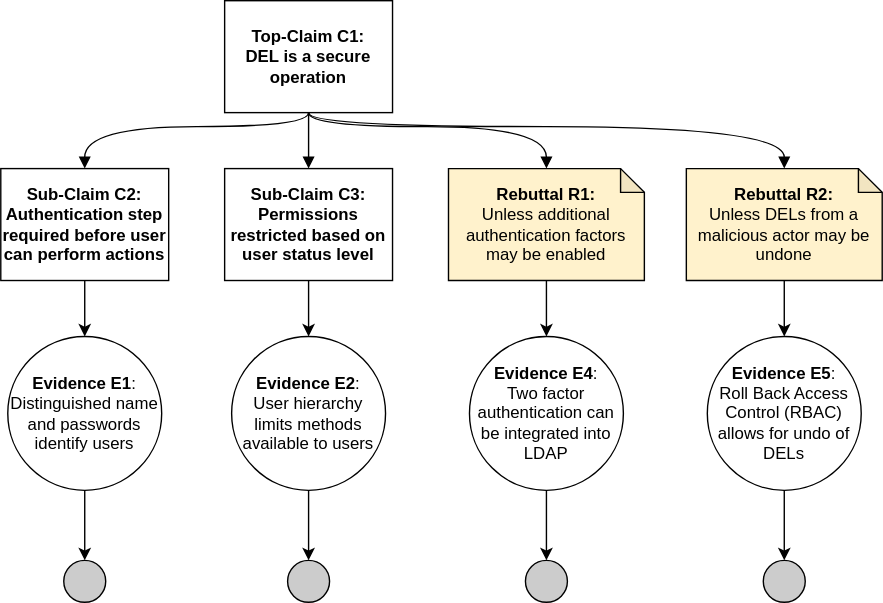
The draw.io diagram images/DEL assurance case.drawio.svg in bartelsjoshuac/SAPG, before a commit. Source tidied: cells renumbered, new cells last; positions are measured from the earlier drawing's top-left corner, leaving out a move shared by most shapes.
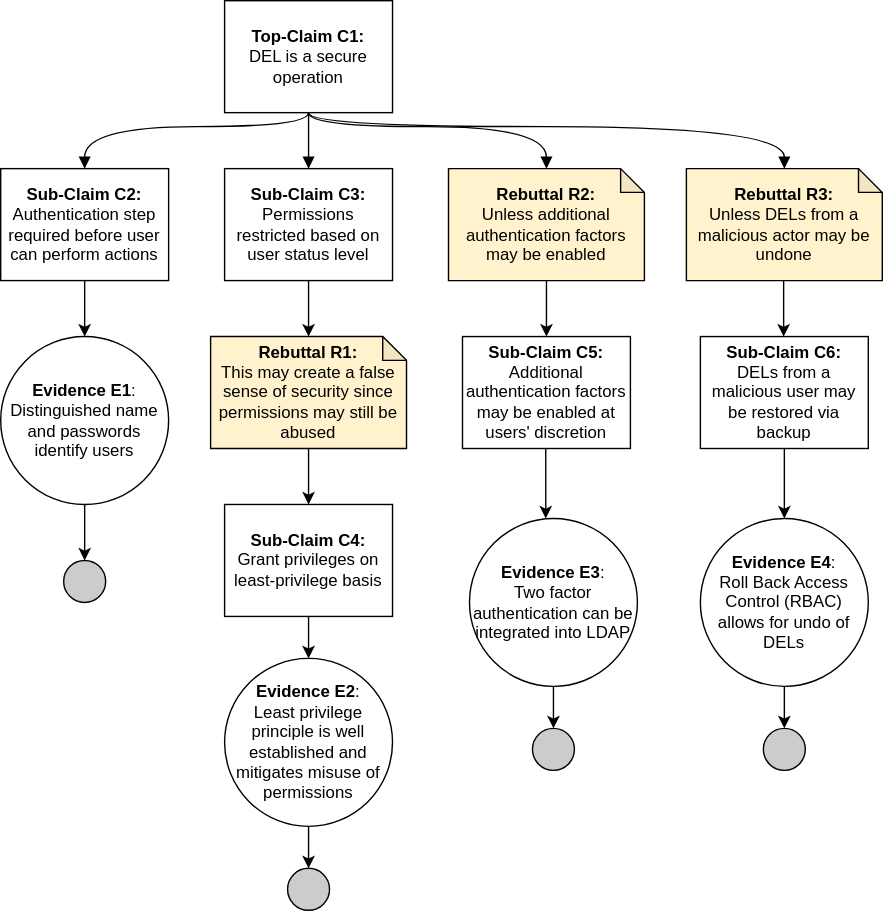
The same diagram one commit later.

Change to the diagram source:
```diff
@@ -10,20 +10,20 @@
         </Array>
       </mxGeometry>
     </mxCell>
-    <mxCell id="3" value="&lt;b&gt;Top-Claim C1:&lt;br&gt;DEL is a secure operation&lt;br&gt;&lt;/b&gt;" style="rounded=0;whiteSpace=wrap;html=1;" parent="1" vertex="1">
+    <mxCell id="3" value="&lt;b&gt;Top-Claim C1:&lt;br&gt;&lt;/b&gt;DEL is a secure operation&lt;b&gt;&lt;br&gt;&lt;/b&gt;" style="rounded=0;whiteSpace=wrap;html=1;" parent="1" vertex="1">
       <mxGeometry x="160" width="120" height="80" as="geometry" />
     </mxCell>
-    <mxCell id="4" value="&lt;b&gt;Rebuttal R1:&lt;/b&gt;&lt;br&gt;Unless additional authentication factors may be enabled" style="shape=note;whiteSpace=wrap;html=1;backgroundOutline=1;darkOpacity=0.05;size=17;fillColor=#FFF2CC;" parent="1" vertex="1">
+    <mxCell id="4" value="&lt;b&gt;Rebuttal R2:&lt;/b&gt;&lt;br&gt;Unless additional authentication factors may be enabled" style="shape=note;whiteSpace=wrap;html=1;backgroundOutline=1;darkOpacity=0.05;size=17;fillColor=#FFF2CC;" parent="1" vertex="1">
       <mxGeometry x="320" y="120" width="140" height="80" as="geometry" />
     </mxCell>
-    <mxCell id="5" value="&lt;b&gt;Sub-Claim C2:&lt;br&gt;Authentication step required before user can perform actions&lt;br&gt;&lt;/b&gt;" style="rounded=0;whiteSpace=wrap;html=1;" parent="1" vertex="1">
+    <mxCell id="5" value="&lt;b&gt;Sub-Claim C2:&lt;br&gt;&lt;/b&gt;Authentication step required before user can perform actions&lt;b&gt;&lt;br&gt;&lt;/b&gt;" style="rounded=0;whiteSpace=wrap;html=1;" parent="1" vertex="1">
       <mxGeometry y="120" width="120" height="80" as="geometry" />
     </mxCell>
     <mxCell id="6" style="edgeStyle=orthogonalEdgeStyle;rounded=0;jettySize=auto;html=1;endArrow=block;endFill=1;curved=1;entryX=0.5;entryY=0;entryDx=0;entryDy=0;exitX=0.5;exitY=1;exitDx=0;exitDy=0;" parent="1" edge="1" source="3" target="12">
       <mxGeometry relative="1" as="geometry" />
     </mxCell>
     <mxCell id="7" value="&lt;b&gt;Evidence E1&lt;/b&gt;:&lt;br&gt;Distinguished name and passwords identify users" style="ellipse;whiteSpace=wrap;html=1;fillColor=#ffffff;rounded=0;" parent="1" vertex="1">
-      <mxGeometry x="5" y="240" width="110" height="110" as="geometry" />
+      <mxGeometry y="240" width="120" height="120" as="geometry" />
     </mxCell>
     <mxCell id="8" style="ellipse;whiteSpace=wrap;html=1;fillColor=#CCCCCC;" parent="1" vertex="1">
       <mxGeometry x="45" y="400" width="30" height="30" as="geometry" />
@@ -34,55 +34,51 @@
     <mxCell id="10" style="endArrow=classic;html=1;rounded=0;entryX=0.5;entryY=0;entryDx=0;entryDy=0;exitX=0.5;exitY=1;exitDx=0;exitDy=0;" parent="1" edge="1" source="5" target="7">
       <mxGeometry relative="1" as="geometry" />
     </mxCell>
-    <mxCell id="11" value="&lt;b&gt;Evidence E5&lt;/b&gt;:&lt;br&gt;Roll Back Access Control (RBAC) allows for undo of DELs" style="ellipse;whiteSpace=wrap;html=1;fillColor=#ffffff;rounded=0;" parent="1" vertex="1">
-      <mxGeometry x="505" y="240" width="110" height="110" as="geometry" />
+    <mxCell id="11" value="&lt;b&gt;Evidence E4&lt;/b&gt;:&lt;br&gt;Roll Back Access Control (RBAC) allows for undo of DELs" style="ellipse;whiteSpace=wrap;html=1;fillColor=#ffffff;rounded=0;" parent="1" vertex="1">
+      <mxGeometry x="500" y="370" width="120" height="120" as="geometry" />
     </mxCell>
-    <mxCell id="12" value="&lt;b&gt;Sub-Claim C3:&lt;br&gt;Permissions restricted based on user status level&lt;br&gt;&lt;/b&gt;" style="rounded=0;whiteSpace=wrap;html=1;" parent="1" vertex="1">
+    <mxCell id="12" value="&lt;b&gt;Sub-Claim C3:&lt;br&gt;&lt;/b&gt;Permissions restricted based on user status level&lt;b&gt;&lt;br&gt;&lt;/b&gt;" style="rounded=0;whiteSpace=wrap;html=1;" parent="1" vertex="1">
       <mxGeometry x="160" y="120" width="120" height="80" as="geometry" />
     </mxCell>
+    <mxCell id="27" style="edgeStyle=orthogonalEdgeStyle;rounded=0;jettySize=auto;html=1;" parent="1" edge="1" source="13" target="19">
+      <mxGeometry relative="1" as="geometry" />
+    </mxCell>
-    <mxCell id="13" value="&lt;b&gt;Evidence E2&lt;/b&gt;:&lt;br&gt;User hierarchy limits methods available to users" style="ellipse;whiteSpace=wrap;html=1;fillColor=#ffffff;rounded=0;" parent="1" vertex="1">
-      <mxGeometry x="165" y="240" width="110" height="110" as="geometry" />
+    <mxCell id="13" value="&lt;b&gt;Evidence E2&lt;/b&gt;:&lt;br&gt;Least privilege principle is well established and mitigates misuse of permissions" style="ellipse;whiteSpace=wrap;html=1;fillColor=#ffffff;rounded=0;" parent="1" vertex="1">
+      <mxGeometry x="160" y="470" width="120" height="120" as="geometry" />
     </mxCell>
-    <mxCell id="14" style="endArrow=classic;html=1;rounded=0;exitX=0.5;exitY=1;exitDx=0;exitDy=0;entryX=0.5;entryY=0;entryDx=0;entryDy=0;" parent="1" edge="1" source="12" target="13">
-      <mxGeometry relative="1" as="geometry" />
-    </mxCell>
     <mxCell id="15" style="endArrow=classic;html=1;rounded=0;exitX=0.5;exitY=1;exitDx=0;exitDy=0;exitPerimeter=0;entryX=0.5;entryY=0;entryDx=0;entryDy=0;" parent="1" edge="1" source="4">
       <mxGeometry relative="1" as="geometry">
         <mxPoint x="390" y="240" as="targetPoint" />
       </mxGeometry>
     </mxCell>
+    <mxCell id="28" style="edgeStyle=orthogonalEdgeStyle;rounded=0;jettySize=auto;html=1;entryX=0.5;entryY=0;entryDx=0;entryDy=0;exitX=0.5;exitY=1;exitDx=0;exitDy=0;exitPerimeter=0;" parent="1" edge="1" source="33" target="35">
+      <mxGeometry relative="1" as="geometry" />
+    </mxCell>
-    <mxCell id="16" value="&lt;b&gt;Evidence E4&lt;/b&gt;:&lt;br&gt;Two factor authentication can be integrated into LDAP" style="ellipse;whiteSpace=wrap;html=1;fillColor=#ffffff;rounded=0;" parent="1" vertex="1">
-      <mxGeometry x="335" y="240" width="110" height="110" as="geometry" />
+    <mxCell id="16" value="&lt;b&gt;Evidence E3&lt;/b&gt;:&lt;br&gt;Two factor authentication can be integrated into LDAP" style="ellipse;whiteSpace=wrap;html=1;fillColor=#ffffff;rounded=0;" parent="1" vertex="1">
+      <mxGeometry x="335" y="370" width="120" height="120" as="geometry" />
     </mxCell>
-    <mxCell id="17" value="&lt;b&gt;Rebuttal R2:&lt;/b&gt;&lt;br&gt;Unless DELs from a malicious actor may be undone" style="shape=note;whiteSpace=wrap;html=1;backgroundOutline=1;darkOpacity=0.05;size=17;fillColor=#FFF2CC;" parent="1" vertex="1">
+    <mxCell id="17" value="&lt;b&gt;Rebuttal R3:&lt;/b&gt;&lt;br&gt;Unless DELs from a malicious actor may be undone" style="shape=note;whiteSpace=wrap;html=1;backgroundOutline=1;darkOpacity=0.05;size=17;fillColor=#FFF2CC;" parent="1" vertex="1">
       <mxGeometry x="490" y="120" width="140" height="80" as="geometry" />
     </mxCell>
-    <mxCell id="18" style="endArrow=classic;html=1;rounded=0;exitX=0.5;exitY=1;exitDx=0;exitDy=0;exitPerimeter=0;entryX=0.5;entryY=0;entryDx=0;entryDy=0;" parent="1" edge="1" source="17" target="11">
-      <mxGeometry relative="1" as="geometry" />
+    <mxCell id="18" style="endArrow=classic;html=1;rounded=0;entryX=0.5;entryY=0;entryDx=0;entryDy=0;" parent="1" edge="1" target="11">
+      <mxGeometry relative="1" as="geometry">
+        <mxPoint x="560" y="320" as="sourcePoint" />
+      </mxGeometry>
     </mxCell>
     <mxCell id="19" style="ellipse;whiteSpace=wrap;html=1;fillColor=#CCCCCC;" parent="1" vertex="1">
-      <mxGeometry x="205" y="400" width="30" height="30" as="geometry" />
+      <mxGeometry x="205" y="620" width="30" height="30" as="geometry" />
     </mxCell>
-    <mxCell id="20" style="endArrow=classic;html=1;rounded=0;entryX=0.5;entryY=0;entryDx=0;entryDy=0;exitX=0.5;exitY=1;exitDx=0;exitDy=0;" parent="1" edge="1" target="19">
-      <mxGeometry relative="1" as="geometry">
-        <mxPoint x="220" y="350" as="sourcePoint" />
-      </mxGeometry>
-    </mxCell>
     <mxCell id="21" style="ellipse;whiteSpace=wrap;html=1;fillColor=#CCCCCC;" parent="1" vertex="1">
-      <mxGeometry x="375" y="400" width="30" height="30" as="geometry" />
+      <mxGeometry x="380" y="520" width="30" height="30" as="geometry" />
     </mxCell>
-    <mxCell id="22" style="endArrow=classic;html=1;rounded=0;entryX=0.5;entryY=0;entryDx=0;entryDy=0;exitX=0.5;exitY=1;exitDx=0;exitDy=0;" parent="1" edge="1" target="21">
-      <mxGeometry relative="1" as="geometry">
-        <mxPoint x="390" y="350" as="sourcePoint" />
-      </mxGeometry>
+    <mxCell id="22" style="endArrow=classic;html=1;rounded=0;entryX=0.5;entryY=0;entryDx=0;entryDy=0;exitX=0.5;exitY=1;exitDx=0;exitDy=0;" parent="1" edge="1" source="16" target="21">
+      <mxGeometry relative="1" as="geometry" />
     </mxCell>
     <mxCell id="23" style="ellipse;whiteSpace=wrap;html=1;fillColor=#CCCCCC;" parent="1" vertex="1">
-      <mxGeometry x="545" y="400" width="30" height="30" as="geometry" />
+      <mxGeometry x="545" y="520" width="30" height="30" as="geometry" />
     </mxCell>
-    <mxCell id="24" style="endArrow=classic;html=1;rounded=0;entryX=0.5;entryY=0;entryDx=0;entryDy=0;exitX=0.5;exitY=1;exitDx=0;exitDy=0;" parent="1" edge="1" target="23">
-      <mxGeometry relative="1" as="geometry">
-        <mxPoint x="560" y="350" as="sourcePoint" />
-      </mxGeometry>
+    <mxCell id="24" style="endArrow=classic;html=1;rounded=0;entryX=0.5;entryY=0;entryDx=0;entryDy=0;exitX=0.5;exitY=1;exitDx=0;exitDy=0;" parent="1" edge="1" source="11" target="23">
+      <mxGeometry relative="1" as="geometry" />
     </mxCell>
     <mxCell id="25" style="edgeStyle=orthogonalEdgeStyle;rounded=0;jettySize=auto;html=1;endArrow=block;endFill=1;curved=1;entryX=0.5;entryY=0;entryDx=0;entryDy=0;exitX=0.5;exitY=1;exitDx=0;exitDy=0;entryPerimeter=0;" parent="1" edge="1" target="4">
       <mxGeometry relative="1" as="geometry">
@@ -102,5 +98,35 @@
         </Array>
       </mxGeometry>
     </mxCell>
+    <mxCell id="29" value="&lt;b&gt;Sub-Claim C5:&lt;br&gt;&lt;/b&gt;Additional authentication factors may be enabled at users' discretion" style="rounded=0;whiteSpace=wrap;html=1;" parent="1" vertex="1">
+      <mxGeometry x="330" y="240" width="120" height="80" as="geometry" />
+    </mxCell>
+    <mxCell id="30" style="endArrow=classic;html=1;rounded=0;entryX=0.5;entryY=0;entryDx=0;entryDy=0;exitX=0.5;exitY=1;exitDx=0;exitDy=0;" parent="1" edge="1">
+      <mxGeometry relative="1" as="geometry">
+        <mxPoint x="389.5" y="320" as="sourcePoint" />
+        <mxPoint x="389.5" y="370" as="targetPoint" />
+      </mxGeometry>
+    </mxCell>
+    <mxCell id="31" value="&lt;b&gt;Sub-Claim C6:&lt;br&gt;&lt;/b&gt;DELs from a malicious user may be restored via backup" style="rounded=0;whiteSpace=wrap;html=1;" parent="1" vertex="1">
+      <mxGeometry x="500" y="240" width="120" height="80" as="geometry" />
+    </mxCell>
+    <mxCell id="32" style="endArrow=classic;html=1;rounded=0;exitX=0.5;exitY=1;exitDx=0;exitDy=0;exitPerimeter=0;entryX=0.5;entryY=0;entryDx=0;entryDy=0;" parent="1" edge="1">
+      <mxGeometry relative="1" as="geometry">
+        <mxPoint x="559.5" y="200" as="sourcePoint" />
+        <mxPoint x="559.5" y="240" as="targetPoint" />
+      </mxGeometry>
+    </mxCell>
+    <mxCell id="33" value="&lt;b&gt;Rebuttal R1:&lt;br&gt;&lt;/b&gt;This may create a false sense of security since permissions may still be abused" style="shape=note;whiteSpace=wrap;html=1;backgroundOutline=1;darkOpacity=0.05;size=17;fillColor=#FFF2CC;" parent="1" vertex="1">
+      <mxGeometry x="150" y="240" width="140" height="80" as="geometry" />
+    </mxCell>
+    <mxCell id="34" style="endArrow=classic;html=1;rounded=0;exitX=0.5;exitY=1;exitDx=0;exitDy=0;entryX=0.5;entryY=0;entryDx=0;entryDy=0;entryPerimeter=0;" parent="1" edge="1" source="12" target="33">
+      <mxGeometry relative="1" as="geometry" />
+    </mxCell>
+    <mxCell id="35" value="&lt;b&gt;Sub-Claim C4:&lt;br&gt;&lt;/b&gt;Grant privileges on least-privilege basis" style="rounded=0;whiteSpace=wrap;html=1;" parent="1" vertex="1">
+      <mxGeometry x="160" y="360" width="120" height="80" as="geometry" />
+    </mxCell>
+    <mxCell id="36" style="endArrow=classic;html=1;rounded=0;entryX=0.5;entryY=0;entryDx=0;entryDy=0;exitX=0.5;exitY=1;exitDx=0;exitDy=0;" parent="1" edge="1" source="35" target="13">
+      <mxGeometry relative="1" as="geometry" />
+    </mxCell>
   </root>
 </mxGraphModel>
```
